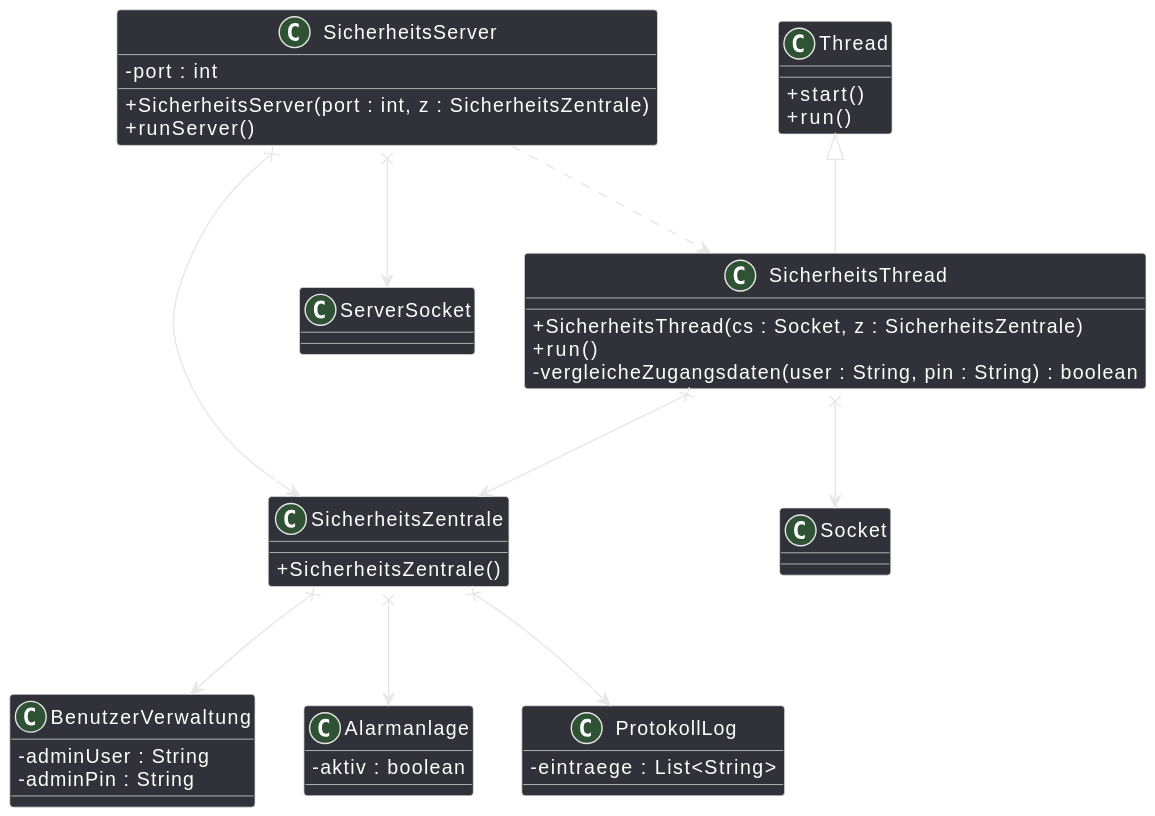
Above: assets/img/sec5/lvl22-1.svg in OnlyCook/abitur-elite-code (PlantUML), before the change. Its diagram source:
```plantuml
@startuml
skinparam backgroundcolor transparent
skinparam classAttributeIconSize 0
class SicherheitsServer {
  - port : int
  + SicherheitsServer(port : int, z : SicherheitsZentrale)
  + runServer()
}
class SicherheitsThread {
  + SicherheitsThread(cs : Socket, z : SicherheitsZentrale)
  + run()
  - vergleicheZugangsdaten(user : String, pin : String) : boolean
}
class Thread {
  + start()
  + run()
}
class SicherheitsZentrale {
  + SicherheitsZentrale()
}
class BenutzerVerwaltung {
  - adminUser : String
  - adminPin : String
}
class Alarmanlage {
  - aktiv : boolean
}
class ProtokollLog {
  - eintraege : List<String>
}
SicherheitsServer x--> "1" ServerSocket : -serverSocket
SicherheitsServer x--> "1" SicherheitsZentrale : -zentrale
SicherheitsServer ..> SicherheitsThread : <<creates>>
SicherheitsThread -up-|> Thread
SicherheitsThread x--> "1" Socket : -clientSocket
SicherheitsThread x--> "1" SicherheitsZentrale : -zentrale
SicherheitsZentrale x--> "1" BenutzerVerwaltung : -verwaltung
SicherheitsZentrale x--> "1" Alarmanlage : -alarmanlage
SicherheitsZentrale x--> "1" ProtokollLog : -log
@enduml
```
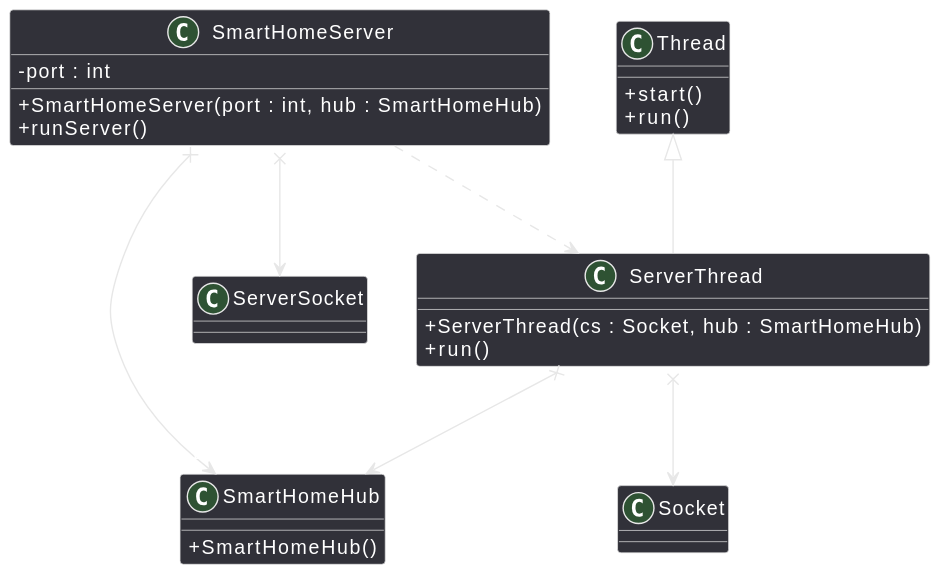
After the change.

Change to the diagram source:
```diff
@@ -1,40 +1,26 @@
 @startuml
 skinparam backgroundcolor transparent
 skinparam classAttributeIconSize 0
-class SicherheitsServer {
+class SmartHomeServer {
   - port : int
-  + SicherheitsServer(port : int, z : SicherheitsZentrale)
+  + SmartHomeServer(port : int, hub : SmartHomeHub)
   + runServer()
 }
-class SicherheitsThread {
-  + SicherheitsThread(cs : Socket, z : SicherheitsZentrale)
+class ServerThread {
+  + ServerThread(cs : Socket, hub : SmartHomeHub)
   + run()
-  - vergleicheZugangsdaten(user : String, pin : String) : boolean
 }
 class Thread {
   + start()
   + run()
 }
-class SicherheitsZentrale {
-  + SicherheitsZentrale()
+class SmartHomeHub {
+  + SmartHomeHub()
 }
-class BenutzerVerwaltung {
-  - adminUser : String
-  - adminPin : String
-}
-class Alarmanlage {
-  - aktiv : boolean
-}
-class ProtokollLog {
-  - eintraege : List<String>
-}
-SicherheitsServer x--> "1" ServerSocket : -serverSocket
-SicherheitsServer x--> "1" SicherheitsZentrale : -zentrale
-SicherheitsServer ..> SicherheitsThread : <<creates>>
-SicherheitsThread -up-|> Thread
-SicherheitsThread x--> "1" Socket : -clientSocket
-SicherheitsThread x--> "1" SicherheitsZentrale : -zentrale
-SicherheitsZentrale x--> "1" BenutzerVerwaltung : -verwaltung
-SicherheitsZentrale x--> "1" Alarmanlage : -alarmanlage
-SicherheitsZentrale x--> "1" ProtokollLog : -log
+SmartHomeServer x-down-> "1" ServerSocket : -serverSocket
+SmartHomeServer ..> ServerThread : <<creates>>
+ServerThread -up-|> Thread
+ServerThread x--> "1" Socket : -clientSocket
+SmartHomeServer x--> "1" SmartHomeHub : -hub
+ServerThread x--> "1" SmartHomeHub : -hub
 @enduml
```
